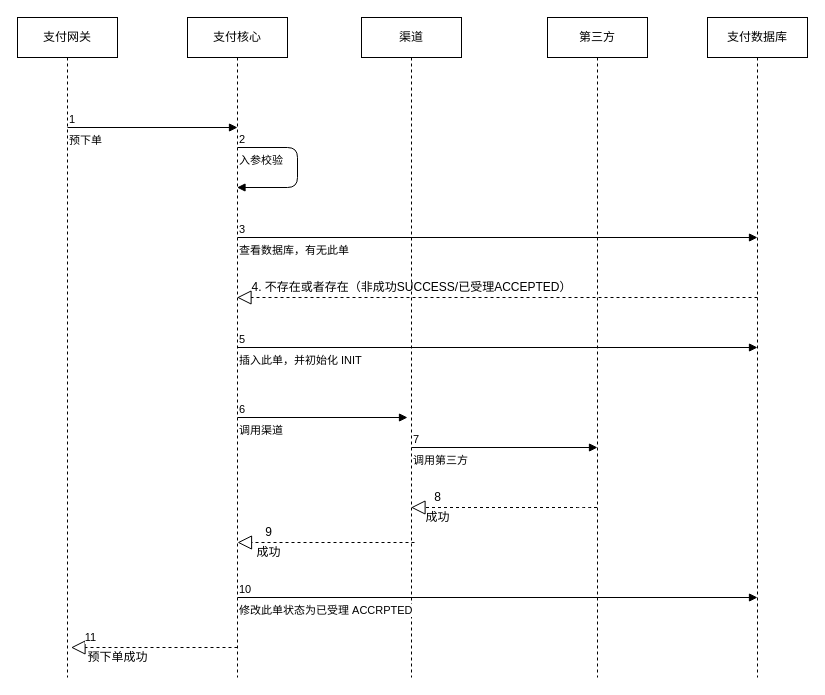
Earlier version of the draw.io diagram 支付单创建业务流程图.drawio (ythawed/diagrams). Source tidied: cells renumbered, new cells numbered last; positions are measured from the earlier drawing's top-left corner, leaving out a move shared by most shapes. Both pictures are drawn from the tidied source at 100%, with x=0, y=0 at pixel (17, 17).
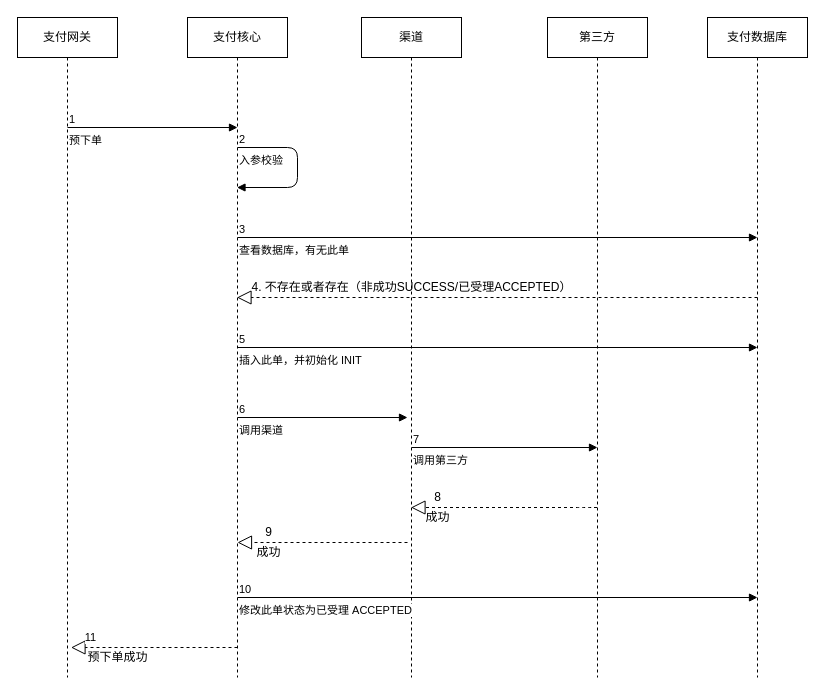
After the change.

Commit message (it also covers changes not shown here):
Update 支付单创建业务流程图.drawio

The edit, as a diff of the source:
```diff
@@
     <mxCell id="24" style="endArrow=block;dashed=1;endFill=0;endSize=12;html=1;" parent="1" edge="1">
       <mxGeometry relative="1" as="geometry">
-        <mxPoint x="397" y="525" as="sourcePoint" />
+        <mxPoint x="390" y="525" as="sourcePoint" />
         <mxPoint x="220" y="525" as="targetPoint" />
       </mxGeometry>
     </mxCell>
@@
-    <mxCell id="27" value="修改此单状态为已受理 ACCRPTED" style="endArrow=block;endFill=1;html=1;edgeStyle=orthogonalEdgeStyle;align=left;verticalAlign=top;" parent="1" edge="1">
+    <mxCell id="27" value="修改此单状态为已受理 ACCEPTED" style="endArrow=block;endFill=1;html=1;edgeStyle=orthogonalEdgeStyle;align=left;verticalAlign=top;" parent="1" edge="1">
       <mxGeometry x="-1" relative="1" as="geometry">
         <mxPoint x="220" y="580" as="sourcePoint" />
         <mxPoint x="740" y="580" as="targetPoint" />
       </mxGeometry>
     </mxCell>
```
